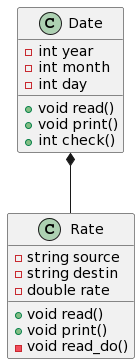
The PlantUML diagram class_diagramm.png in gur7en/prac_2, before a commit. The source it was exported from:
```plantuml
@startuml
class Date{
        + void read()
        + void print()
        + int check()
        - int year
        - int month
        - int day

}

class Rate {
        + void read()
        + void print()
        - string source
        - string destin
        - double rate
        - void read_do()
}




Date *-- Rate
@enduml
```
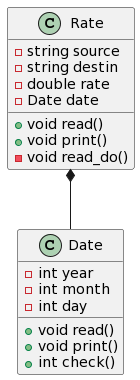
After the change.

Commit message:
Fix class diagramm

Diff of the diagram source:
```diff
@@ -15,11 +15,11 @@
         - string source
         - string destin
         - double rate
+        - Date date
         - void read_do()
 }
 
 
 
-
-Date *-- Rate
+Rate *-- Date
 @enduml
```
